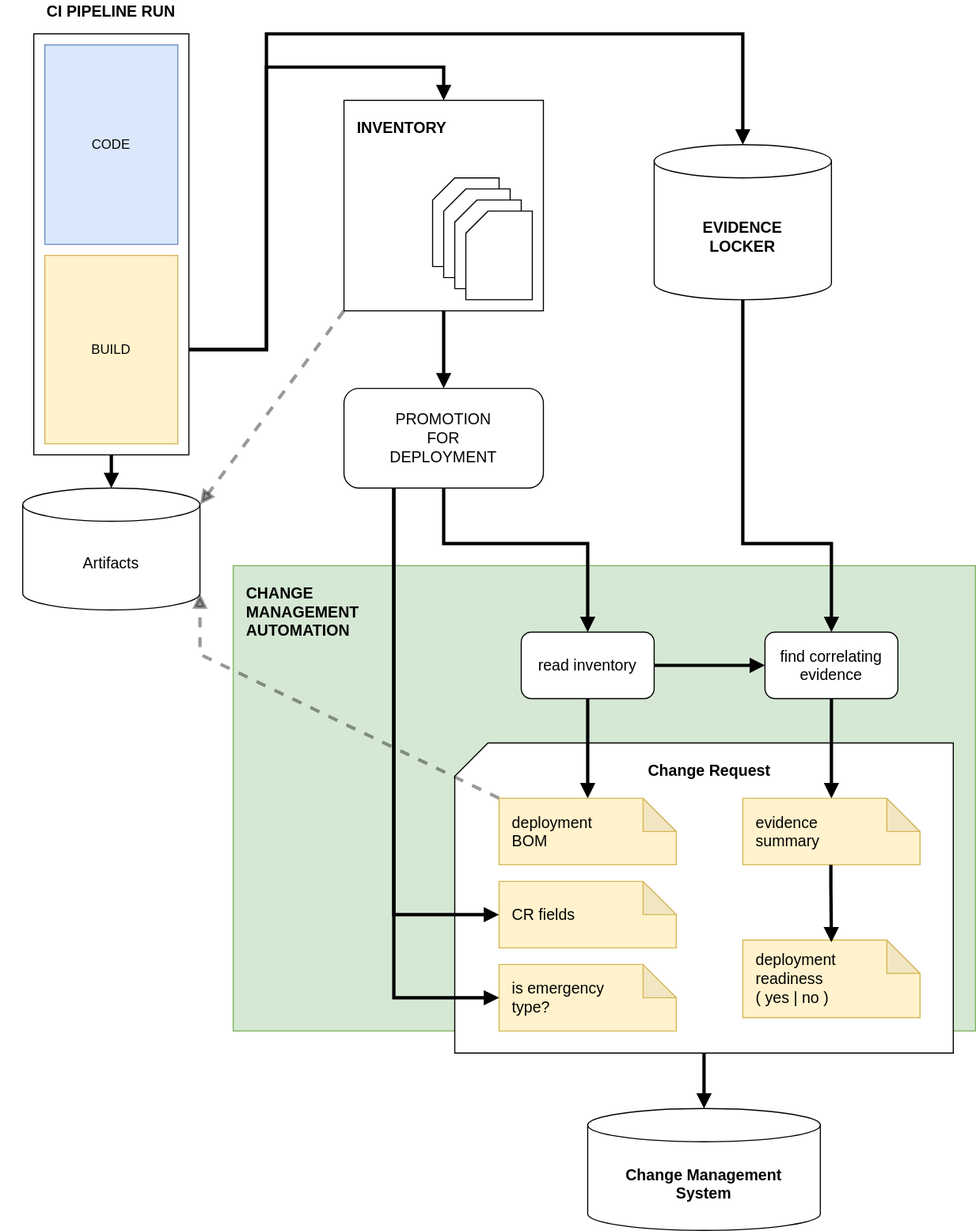
This is images/change-management-data-flow.svg from ibm-cloud-docs/devsecops, a draw.io export, as it was before one commit. Source tidied: cells renumbered, new cells last; positions are measured from the earlier drawing's top-left corner, leaving out a move shared by most shapes.
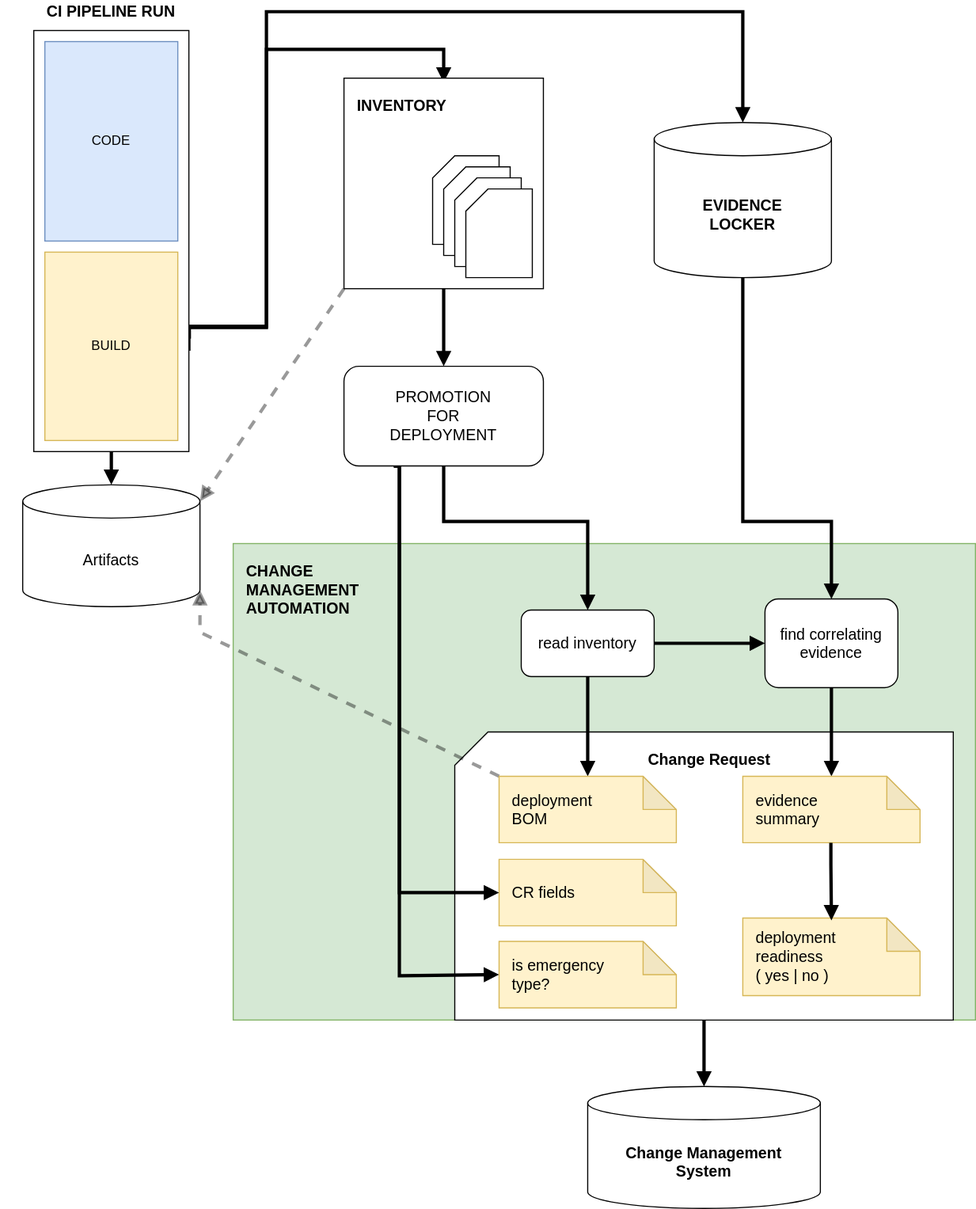
After the commit.

Diff of the diagram source:
```diff
@@ -3,29 +3,33 @@
     <mxCell id="0" />
     <mxCell id="1" parent="0" />
     <mxCell id="2" value="CHANGE&lt;br&gt;MANAGEMENT&lt;br&gt;AUTOMATION" style="rounded=0;whiteSpace=wrap;html=1;fontSize=14;fontStyle=1;align=left;verticalAlign=top;spacingTop=10;spacingLeft=10;spacingRight=10;spacingBottom=10;fillColor=#d5e8d4;strokeColor=#82b366;" parent="1" vertex="1">
-      <mxGeometry x="210" y="510" width="670" height="420" as="geometry" />
+      <mxGeometry x="210" y="510" width="670" height="430" as="geometry" />
     </mxCell>
     <mxCell id="3" style="edgeStyle=orthogonalEdgeStyle;rounded=0;jettySize=auto;html=1;exitX=0.5;exitY=1;exitDx=0;exitDy=0;exitPerimeter=0;entryX=0.5;entryY=0;entryDx=0;entryDy=0;entryPerimeter=0;endArrow=block;endFill=1;strokeWidth=3;fontSize=14;" parent="1" edge="1" source="4" target="37">
       <mxGeometry relative="1" as="geometry" />
     </mxCell>
     <mxCell id="4" value="Change Request" style="shape=card;whiteSpace=wrap;html=1;fontSize=14;align=center;verticalAlign=top;spacingTop=10;spacingLeft=10;fontStyle=1;" parent="1" vertex="1">
-      <mxGeometry x="410" y="670" width="450" height="280" as="geometry" />
+      <mxGeometry x="410" y="680" width="450" height="260" as="geometry" />
     </mxCell>
-    <mxCell id="5" style="edgeStyle=orthogonalEdgeStyle;rounded=0;jettySize=auto;html=1;exitX=1;exitY=0.75;exitDx=0;exitDy=0;entryX=0.5;entryY=0;entryDx=0;entryDy=0;entryPerimeter=0;fontSize=14;strokeWidth=3;endArrow=block;endFill=1;" parent="1" edge="1" source="8" target="12">
+    <mxCell id="5" style="edgeStyle=orthogonalEdgeStyle;rounded=0;jettySize=auto;html=1;exitX=1.003;exitY=0.732;exitDx=0;exitDy=0;entryX=0.5;entryY=0;entryDx=0;entryDy=0;entryPerimeter=0;fontSize=14;strokeWidth=3;endArrow=block;endFill=1;exitPerimeter=0;" parent="1" edge="1" source="8" target="12">
       <mxGeometry relative="1" as="geometry">
         <Array as="points">
+          <mxPoint x="170" y="315" />
           <mxPoint x="240" y="315" />
           <mxPoint x="240" y="30" />
           <mxPoint x="670" y="30" />
         </Array>
       </mxGeometry>
     </mxCell>
-    <mxCell id="6" style="edgeStyle=orthogonalEdgeStyle;rounded=0;jettySize=auto;html=1;exitX=1;exitY=0.75;exitDx=0;exitDy=0;entryX=0.5;entryY=0;entryDx=0;entryDy=0;fontSize=14;strokeWidth=3;endArrow=block;endFill=1;" parent="1" edge="1" source="8" target="14">
+    <mxCell id="6" style="edgeStyle=orthogonalEdgeStyle;rounded=0;orthogonalLoop=1;jettySize=auto;html=1;exitX=1;exitY=0.75;exitDx=0;exitDy=0;entryX=0.5;entryY=0;entryDx=0;entryDy=0;fontSize=14;strokeWidth=3;endArrow=block;endFill=1;" parent="1" edge="1">
       <mxGeometry relative="1" as="geometry">
+        <mxPoint x="170" y="336" as="sourcePoint" />
+        <mxPoint x="400" y="94" as="targetPoint" />
         <Array as="points">
-          <mxPoint x="240" y="315" />
-          <mxPoint x="240" y="60" />
-          <mxPoint x="400" y="60" />
+          <mxPoint x="170" y="314" />
+          <mxPoint x="240" y="314" />
+          <mxPoint x="240" y="64" />
+          <mxPoint x="400" y="64" />
         </Array>
       </mxGeometry>
     </mxCell>
@@ -33,13 +37,13 @@
       <mxGeometry relative="1" as="geometry" />
     </mxCell>
     <mxCell id="8" style="rounded=0;whiteSpace=wrap;html=1;" parent="1" vertex="1">
-      <mxGeometry x="30" y="30" width="140" height="380" as="geometry" />
+      <mxGeometry x="30" y="47" width="140" height="380" as="geometry" />
     </mxCell>
     <mxCell id="9" value="CODE" style="rounded=0;whiteSpace=wrap;html=1;fillColor=#dae8fc;strokeColor=#6c8ebf;" parent="1" vertex="1">
-      <mxGeometry x="40" y="40" width="120" height="180" as="geometry" />
+      <mxGeometry x="40" y="57" width="120" height="180" as="geometry" />
     </mxCell>
     <mxCell id="10" value="BUILD" style="rounded=0;whiteSpace=wrap;html=1;fillColor=#fff2cc;strokeColor=#d6b656;" parent="1" vertex="1">
-      <mxGeometry x="40" y="230" width="120" height="170" as="geometry" />
+      <mxGeometry x="40" y="247" width="120" height="170" as="geometry" />
     </mxCell>
     <mxCell id="11" style="edgeStyle=orthogonalEdgeStyle;rounded=0;jettySize=auto;html=1;exitX=0.5;exitY=1;exitDx=0;exitDy=0;exitPerimeter=0;entryX=0.5;entryY=0;entryDx=0;entryDy=0;fontSize=14;strokeWidth=3;endArrow=block;endFill=1;" parent="1" edge="1" source="12" target="25">
       <mxGeometry relative="1" as="geometry">
@@ -71,7 +75,7 @@
       <mxGeometry x="110" y="100" width="60" height="80" as="geometry" />
     </mxCell>
     <mxCell id="19" value="CI PIPELINE RUN" style="text;html=1;strokeColor=none;fillColor=none;align=center;verticalAlign=middle;whiteSpace=wrap;rounded=0;fontSize=14;fontStyle=1;" parent="1" vertex="1">
-      <mxGeometry width="200" height="20" as="geometry" />
+      <mxGeometry y="20" width="200" height="20" as="geometry" />
     </mxCell>
     <mxCell id="20" style="edgeStyle=orthogonalEdgeStyle;rounded=0;jettySize=auto;html=1;exitX=1;exitY=0.5;exitDx=0;exitDy=0;entryX=0;entryY=0.5;entryDx=0;entryDy=0;endArrow=block;endFill=1;strokeWidth=3;fontSize=14;" parent="1" edge="1" source="22" target="25">
       <mxGeometry relative="1" as="geometry" />
@@ -94,7 +98,7 @@
       <mxGeometry relative="1" as="geometry" />
     </mxCell>
     <mxCell id="25" value="find correlating evidence" style="rounded=1;whiteSpace=wrap;html=1;fontSize=14;align=center;" parent="1" vertex="1">
-      <mxGeometry x="690" y="570" width="120" height="60" as="geometry" />
+      <mxGeometry x="690" y="560" width="120" height="80" as="geometry" />
     </mxCell>
     <mxCell id="26" style="edgeStyle=none;rounded=0;jettySize=auto;html=1;exitX=0;exitY=0;exitDx=0;exitDy=0;exitPerimeter=0;entryX=1;entryY=1;entryDx=0;entryDy=-15;entryPerimeter=0;dashed=1;endArrow=block;endFill=1;strokeWidth=3;fontSize=14;opacity=40;" parent="1" edge="1" source="27" target="29">
       <mxGeometry relative="1" as="geometry">
@@ -110,7 +114,7 @@
       <mxGeometry x="670" y="720" width="160" height="60" as="geometry" />
     </mxCell>
     <mxCell id="29" value="Artifacts" style="shape=cylinder3;whiteSpace=wrap;html=1;boundedLbl=1;backgroundOutline=1;size=15;fontSize=14;align=center;" parent="1" vertex="1">
-      <mxGeometry x="20" y="440" width="160" height="110" as="geometry" />
+      <mxGeometry x="20" y="457" width="160" height="110" as="geometry" />
     </mxCell>
     <mxCell id="30" value="deployment&lt;br&gt;readiness &lt;br&gt;( yes | no )" style="shape=note;whiteSpace=wrap;html=1;backgroundOutline=1;darkOpacity=0.05;fontSize=14;align=left;spacingLeft=10;fillColor=#fff2cc;strokeColor=#d6b656;" parent="1" vertex="1">
       <mxGeometry x="670" y="848" width="160" height="70" as="geometry" />
@@ -122,13 +126,23 @@
       <mxGeometry x="450" y="795" width="160" height="60" as="geometry" />
     </mxCell>
     <mxCell id="33" value="is emergency &lt;br&gt;type?" style="shape=note;whiteSpace=wrap;html=1;backgroundOutline=1;darkOpacity=0.05;fontSize=14;align=left;spacingLeft=10;fillColor=#fff2cc;strokeColor=#d6b656;" parent="1" vertex="1">
-      <mxGeometry x="450" y="870" width="160" height="60" as="geometry" />
+      <mxGeometry x="450" y="869" width="160" height="60" as="geometry" />
     </mxCell>
     <mxCell id="34" style="edgeStyle=orthogonalEdgeStyle;rounded=0;jettySize=auto;html=1;exitX=0.25;exitY=1;exitDx=0;exitDy=0;entryX=0;entryY=0.5;entryDx=0;entryDy=0;entryPerimeter=0;endArrow=block;endFill=1;strokeWidth=3;fontSize=14;" parent="1" edge="1" source="36" target="32">
-      <mxGeometry relative="1" as="geometry" />
+      <mxGeometry relative="1" as="geometry">
+        <Array as="points">
+          <mxPoint x="360" y="440" />
+          <mxPoint x="360" y="825" />
+        </Array>
+      </mxGeometry>
     </mxCell>
     <mxCell id="35" style="edgeStyle=orthogonalEdgeStyle;rounded=0;jettySize=auto;html=1;exitX=0.25;exitY=1;exitDx=0;exitDy=0;entryX=0;entryY=0.5;entryDx=0;entryDy=0;entryPerimeter=0;endArrow=block;endFill=1;strokeWidth=3;fontSize=14;" parent="1" edge="1" source="36" target="33">
-      <mxGeometry relative="1" as="geometry" />
+      <mxGeometry relative="1" as="geometry">
+        <Array as="points">
+          <mxPoint x="360" y="440" />
+          <mxPoint x="360" y="900" />
+        </Array>
+      </mxGeometry>
     </mxCell>
     <mxCell id="36" value="PROMOTION&lt;br&gt;FOR&lt;br&gt;DEPLOYMENT" style="rounded=1;whiteSpace=wrap;html=1;fontSize=14;align=center;" parent="1" vertex="1">
       <mxGeometry x="310" y="350" width="180" height="90" as="geometry" />
```
